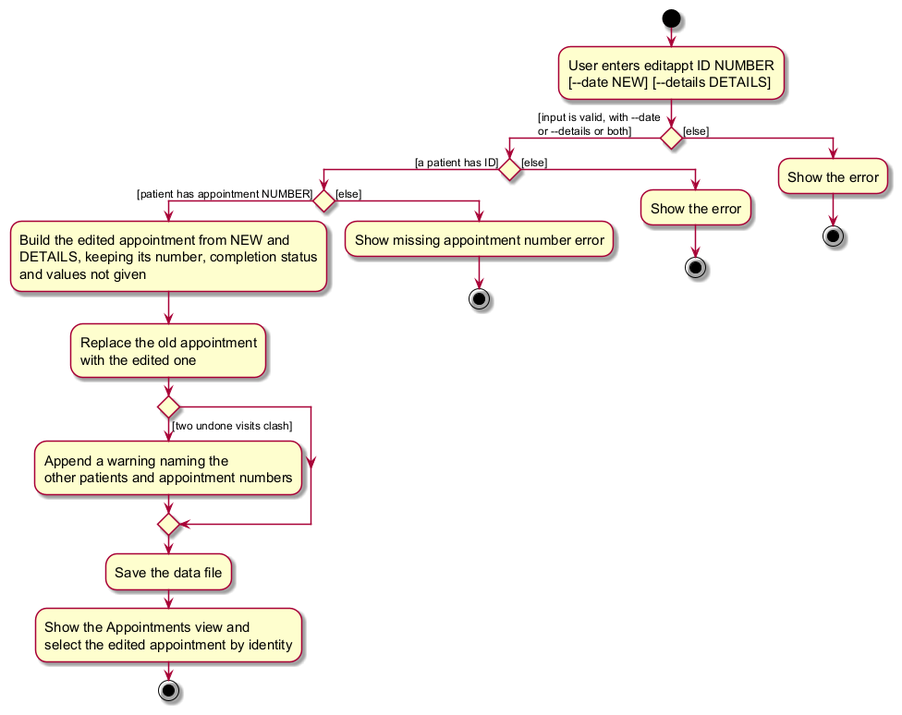
The PlantUML diagram docs/images/EditAppointmentActivityDiagram.png in Bruhmiuz/teePee, before a commit. Source of this version:
```plantuml
@startuml
skin rose
skinparam ActivityFontSize 15
skinparam ArrowFontSize 12
start
:User enters editappt ID NUMBER
[~--date NEW] [~--details DETAILS];


if () then ([input is valid, with --date
or --details or both])
    if () then ([a patient has ID])
        if () then ([patient has appointment NUMBER])
            :Build the edited appointment from NEW and
            DETAILS, keeping its number, completion status
            and values not given;
            :Replace the old appointment
            with the edited one;
            if () then ([two undone visits clash])
                :Append a warning naming the
                other patients and appointment numbers;
            endif
            :Save the data file;
            :Show the Appointments view and
            select the edited appointment by identity;
            stop
        else ([else])
            :Show missing appointment number error;
            stop
        endif
    else ([else])
        :Show the error;
        stop
    endif
else ([else])
    :Show the error;
    stop
endif
@enduml
```
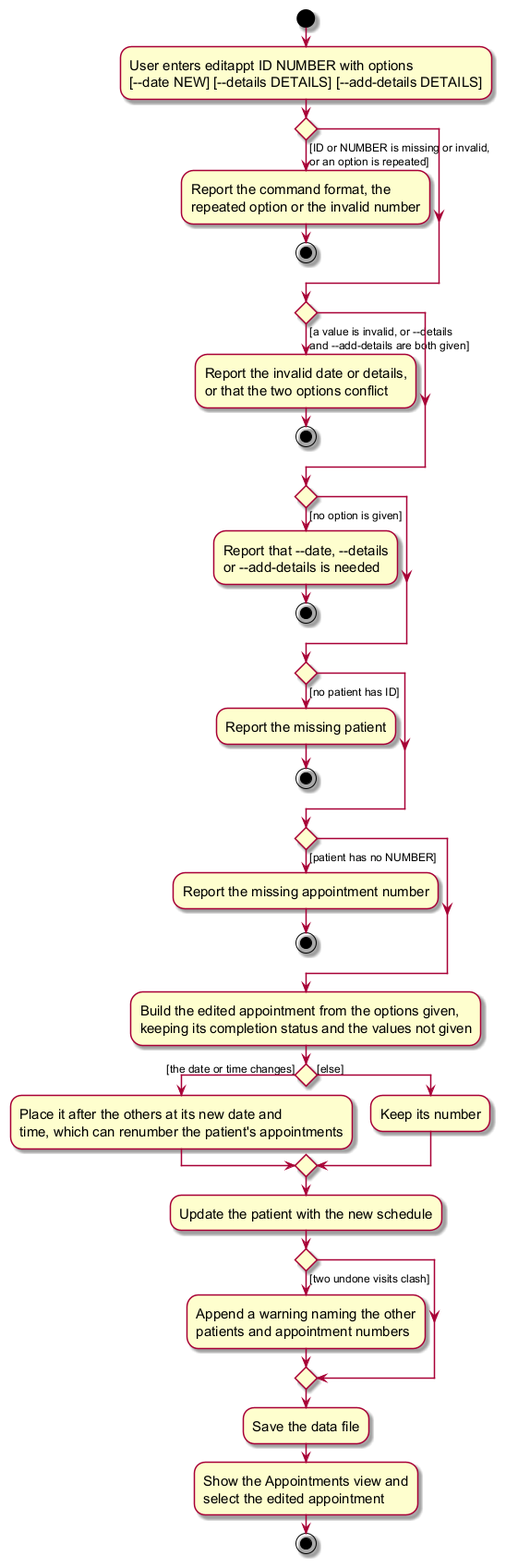
The same file after the commit.

Commit message:
Resolve the mess scores on the edit diagrams

What changed in the source:
```diff
@@ -3,37 +3,49 @@
 skinparam ActivityFontSize 15
 skinparam ArrowFontSize 12
 start
-:User enters editappt ID NUMBER
-[~--date NEW] [~--details DETAILS];
+:User enters editappt ID NUMBER with options
+[~--date NEW] [~--details DETAILS] [~--add-details DETAILS];
 
-
-if () then ([input is valid, with --date
-or --details or both])
-    if () then ([a patient has ID])
-        if () then ([patient has appointment NUMBER])
-            :Build the edited appointment from NEW and
-            DETAILS, keeping its number, completion status
-            and values not given;
-            :Replace the old appointment
-            with the edited one;
-            if () then ([two undone visits clash])
-                :Append a warning naming the
-                other patients and appointment numbers;
-            endif
-            :Save the data file;
-            :Show the Appointments view and
-            select the edited appointment by identity;
-            stop
-        else ([else])
-            :Show missing appointment number error;
-            stop
-        endif
-    else ([else])
-        :Show the error;
-        stop
-    endif
-else ([else])
-    :Show the error;
+if () then ([ID or NUMBER is missing or invalid,
+or an option is repeated])
+    :Report the command format, the
+    repeated option or the invalid number;
     stop
 endif
+if () then ([a value is invalid, or ~--details
+and ~--add-details are both given])
+    :Report the invalid date or details,
+    or that the two options conflict;
+    stop
+endif
+if () then ([no option is given])
+    :Report that ~--date, ~--details
+    or ~--add-details is needed;
+    stop
+endif
+if () then ([no patient has ID])
+    :Report the missing patient;
+    stop
+endif
+if () then ([patient has no NUMBER])
+    :Report the missing appointment number;
+    stop
+endif
+:Build the edited appointment from the options given,
+keeping its completion status and the values not given;
+if () then ([the date or time changes])
+    :Place it after the others at its new date and
+    time, which can renumber the patient's appointments;
+else ([else])
+    :Keep its number;
+endif
+:Update the patient with the new schedule;
+if () then ([two undone visits clash])
+    :Append a warning naming the other
+    patients and appointment numbers;
+endif
+:Save the data file;
+:Show the Appointments view and
+select the edited appointment;
+stop
 @enduml
```
